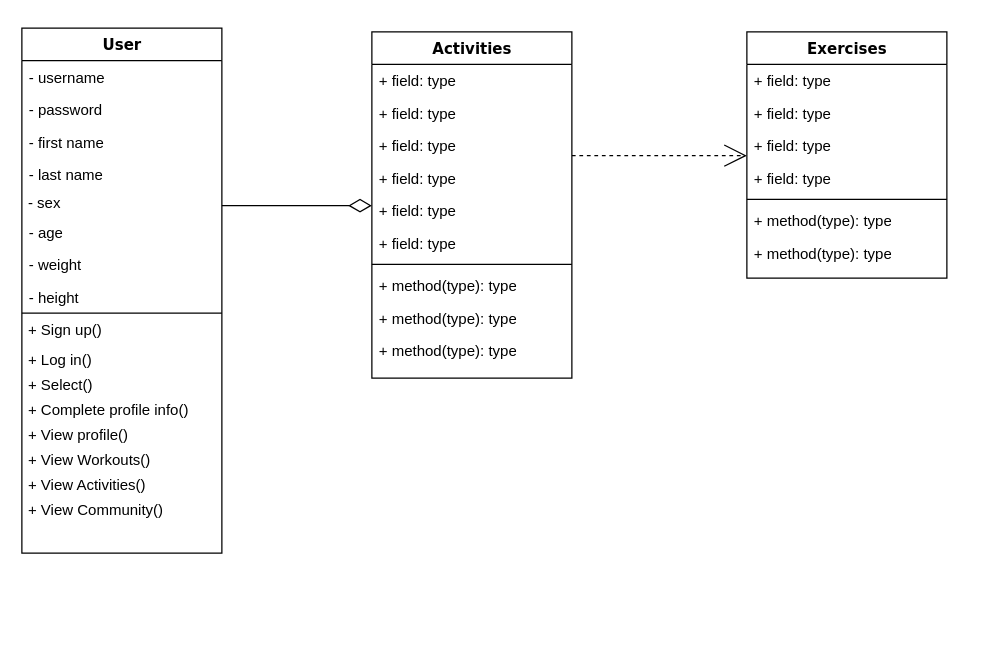
Earlier version of the draw.io diagram Docs./ClassDiagram.drawio (ShadiMe-flutter/Workout). Source tidied: cells renumbered, new cells numbered last; positions are measured from the earlier drawing's top-left corner, leaving out a move shared by most shapes. Both pictures are drawn from the tidied source at 125%, with x=0, y=0 at pixel (21, 28).
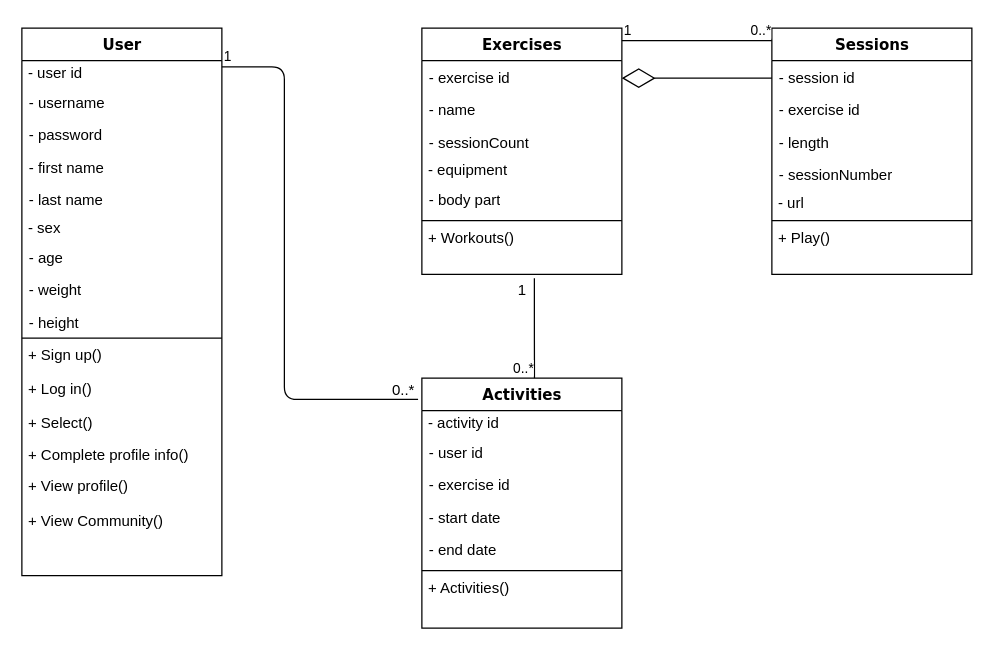
The same diagram, later.

Diff of the diagram source:
```diff
@@
     <mxCell id="2" value="User" style="swimlane;html=1;fontStyle=1;align=center;verticalAlign=top;horizontal=1;startSize=26;swimlaneFillColor=#ffffff;rounded=0;shadow=0;comic=0;labelBackgroundColor=none;strokeWidth=1;fillColor=none;fontFamily=Verdana;fontSize=12;" parent="1" vertex="1">
-      <mxGeometry width="160" height="420" as="geometry" />
+      <mxGeometry width="160" height="438" as="geometry" />
     </mxCell>
+    <mxCell id="41" value="&amp;nbsp;- user id" style="text;html=1;strokeColor=none;fillColor=none;align=left;verticalAlign=middle;whiteSpace=wrap;rounded=0;" parent="2" vertex="1">
+      <mxGeometry y="26" width="160" height="20" as="geometry" />
+    </mxCell>
     <mxCell id="3" value="- username" style="text;html=1;strokeColor=none;fillColor=none;align=left;verticalAlign=top;spacingLeft=4;spacingRight=4;whiteSpace=wrap;overflow=hidden;" parent="2" vertex="1">
-      <mxGeometry y="26" width="160" height="26" as="geometry" />
+      <mxGeometry y="46" width="160" height="26" as="geometry" />
     </mxCell>
     <mxCell id="4" value="- password" style="text;html=1;strokeColor=none;fillColor=none;align=left;verticalAlign=top;spacingLeft=4;spacingRight=4;whiteSpace=wrap;overflow=hidden;" parent="2" vertex="1">
-      <mxGeometry y="52" width="160" height="26" as="geometry" />
+      <mxGeometry y="72" width="160" height="26" as="geometry" />
     </mxCell>
     <mxCell id="5" value="- first name" style="text;html=1;strokeColor=none;fillColor=none;align=left;verticalAlign=top;spacingLeft=4;spacingRight=4;whiteSpace=wrap;overflow=hidden;" parent="2" vertex="1">
-      <mxGeometry y="78" width="160" height="26" as="geometry" />
+      <mxGeometry y="98" width="160" height="26" as="geometry" />
     </mxCell>
     <mxCell id="6" value="- last name" style="text;html=1;strokeColor=none;fillColor=none;align=left;verticalAlign=top;spacingLeft=4;spacingRight=4;whiteSpace=wrap;overflow=hidden;" parent="2" vertex="1">
-      <mxGeometry y="104" width="160" height="26" as="geometry" />
+      <mxGeometry y="124" width="160" height="26" as="geometry" />
     </mxCell>
     <mxCell id="7" value="&amp;nbsp;- sex" style="text;html=1;strokeColor=none;fillColor=none;align=left;verticalAlign=middle;whiteSpace=wrap;rounded=0;" parent="2" vertex="1">
-      <mxGeometry y="130" width="160" height="20" as="geometry" />
+      <mxGeometry y="150" width="160" height="20" as="geometry" />
     </mxCell>
     <mxCell id="8" value="- age&lt;br&gt;&lt;br&gt;&lt;br&gt;" style="text;html=1;strokeColor=none;fillColor=none;align=left;verticalAlign=top;spacingLeft=4;spacingRight=4;whiteSpace=wrap;overflow=hidden;" parent="2" vertex="1">
-      <mxGeometry y="150" width="160" height="26" as="geometry" />
+      <mxGeometry y="170" width="160" height="26" as="geometry" />
     </mxCell>
     <mxCell id="9" value="- weight" style="text;html=1;strokeColor=none;fillColor=none;align=left;verticalAlign=top;spacingLeft=4;spacingRight=4;whiteSpace=wrap;overflow=hidden;" parent="2" vertex="1">
-      <mxGeometry y="176" width="160" height="26" as="geometry" />
+      <mxGeometry y="196" width="160" height="26" as="geometry" />
     </mxCell>
     <mxCell id="10" value="- height" style="text;html=1;strokeColor=none;fillColor=none;align=left;verticalAlign=top;spacingLeft=4;spacingRight=4;whiteSpace=wrap;overflow=hidden;" parent="2" vertex="1">
-      <mxGeometry y="202" width="160" height="26" as="geometry" />
+      <mxGeometry y="222" width="160" height="26" as="geometry" />
     </mxCell>
     <mxCell id="11" value="&amp;nbsp;+ Sign up()" style="text;html=1;strokeColor=none;fillColor=none;align=left;verticalAlign=middle;whiteSpace=wrap;rounded=0;" parent="2" vertex="1">
-      <mxGeometry y="228" width="160" height="28" as="geometry" />
+      <mxGeometry y="248" width="160" height="28" as="geometry" />
     </mxCell>
     <mxCell id="12" value="&amp;nbsp;+ Log in()" style="text;html=1;strokeColor=none;fillColor=none;align=left;verticalAlign=middle;whiteSpace=wrap;rounded=0;" parent="2" vertex="1">
-      <mxGeometry y="256" width="160" height="20" as="geometry" />
+      <mxGeometry y="276" width="160" height="26" as="geometry" />
     </mxCell>
     <mxCell id="13" value="&amp;nbsp;+ Select()" style="text;html=1;strokeColor=none;fillColor=none;align=left;verticalAlign=middle;whiteSpace=wrap;rounded=0;" parent="2" vertex="1">
-      <mxGeometry y="276" width="160" height="20" as="geometry" />
+      <mxGeometry y="302" width="160" height="28" as="geometry" />
     </mxCell>
     <mxCell id="14" value="&amp;nbsp;+ Complete profile info()" style="text;html=1;strokeColor=none;fillColor=none;align=left;verticalAlign=middle;whiteSpace=wrap;rounded=0;" parent="2" vertex="1">
-      <mxGeometry y="296" width="160" height="20" as="geometry" />
+      <mxGeometry y="330" width="160" height="24" as="geometry" />
     </mxCell>
+    <mxCell id="16" style="endArrow=none;html=1;exitX=0;exitY=0;exitDx=0;exitDy=0;entryX=1;entryY=0;entryDx=0;entryDy=0;" parent="2" edge="1" source="11" target="11">
+      <mxGeometry relative="1" as="geometry" />
+    </mxCell>
     <mxCell id="15" value="&amp;nbsp;+ View profile()" style="text;html=1;strokeColor=none;fillColor=none;align=left;verticalAlign=middle;whiteSpace=wrap;rounded=0;" parent="2" vertex="1">
-      <mxGeometry y="316" width="160" height="20" as="geometry" />
+      <mxGeometry y="354" width="160" height="26" as="geometry" />
     </mxCell>
-    <mxCell id="16" style="endArrow=none;html=1;exitX=0;exitY=0;exitDx=0;exitDy=0;entryX=1;entryY=0;entryDx=0;entryDy=0;" parent="2" edge="1" source="11" target="11">
-      <mxGeometry relative="1" as="geometry" />
-    </mxCell>
-    <mxCell id="17" value="&amp;nbsp;+ View Workouts()" style="text;html=1;strokeColor=none;fillColor=none;align=left;verticalAlign=middle;whiteSpace=wrap;rounded=0;" parent="2" vertex="1">
-      <mxGeometry y="336" width="160" height="20" as="geometry" />
-    </mxCell>
-    <mxCell id="18" value="&amp;nbsp;+ View Activities()" style="text;html=1;strokeColor=none;fillColor=none;align=left;verticalAlign=middle;whiteSpace=wrap;rounded=0;" parent="2" vertex="1">
-      <mxGeometry y="356" width="160" height="20" as="geometry" />
-    </mxCell>
     <mxCell id="19" value="&amp;nbsp;+ View Community()" style="text;html=1;strokeColor=none;fillColor=none;align=left;verticalAlign=middle;whiteSpace=wrap;rounded=0;" parent="2" vertex="1">
-      <mxGeometry y="376" width="160" height="20" as="geometry" />
+      <mxGeometry y="380" width="160" height="30" as="geometry" />
     </mxCell>
-    <mxCell id="20" style="edgeStyle=elbowEdgeStyle;html=1;labelBackgroundColor=none;startFill=0;startSize=8;endArrow=open;endFill=0;endSize=16;fontFamily=Verdana;fontSize=12;elbow=vertical;dashed=1;" parent="1" edge="1" source="21" target="32">
-      <mxGeometry relative="1" as="geometry" />
-    </mxCell>
     <mxCell id="21" value="Activities" style="swimlane;html=1;fontStyle=1;align=center;verticalAlign=top;horizontal=1;startSize=26;swimlaneFillColor=#ffffff;rounded=0;shadow=0;comic=0;labelBackgroundColor=none;strokeWidth=1;fillColor=none;fontFamily=Verdana;fontSize=12;" parent="1" vertex="1">
-      <mxGeometry x="280" y="3" width="160" height="277" as="geometry" />
+      <mxGeometry x="320" y="280" width="160" height="200" as="geometry" />
     </mxCell>
+    <mxCell id="42" value="&amp;nbsp;- activity id" style="text;html=1;align=left;verticalAlign=middle;" parent="21" vertex="1">
+      <mxGeometry y="26" width="160" height="20" as="geometry" />
+    </mxCell>
+    <mxCell id="25" value="- user id" style="text;html=1;strokeColor=none;fillColor=none;align=left;verticalAlign=top;spacingLeft=4;spacingRight=4;whiteSpace=wrap;overflow=hidden;" parent="21" vertex="1">
+      <mxGeometry y="46" width="160" height="26" as="geometry" />
+    </mxCell>
+    <mxCell id="24" value="- exercise id" style="text;html=1;strokeColor=none;fillColor=none;align=left;verticalAlign=top;spacingLeft=4;spacingRight=4;whiteSpace=wrap;overflow=hidden;" parent="21" vertex="1">
+      <mxGeometry y="72" width="160" height="26" as="geometry" />
+    </mxCell>
-    <mxCell id="22" value="+ field: type" style="text;html=1;strokeColor=none;fillColor=none;align=left;verticalAlign=top;spacingLeft=4;spacingRight=4;whiteSpace=wrap;overflow=hidden;" parent="21" vertex="1">
-      <mxGeometry y="26" width="160" height="26" as="geometry" />
+    <mxCell id="22" value="- start date" style="text;html=1;strokeColor=none;fillColor=none;align=left;verticalAlign=top;spacingLeft=4;spacingRight=4;whiteSpace=wrap;overflow=hidden;" parent="21" vertex="1">
+      <mxGeometry y="98" width="160" height="26" as="geometry" />
     </mxCell>
-    <mxCell id="23" value="+ field: type" style="text;html=1;strokeColor=none;fillColor=none;align=left;verticalAlign=top;spacingLeft=4;spacingRight=4;whiteSpace=wrap;overflow=hidden;" parent="21" vertex="1">
-      <mxGeometry y="52" width="160" height="26" as="geometry" />
+    <mxCell id="23" value="- end date" style="text;html=1;strokeColor=none;fillColor=none;align=left;verticalAlign=top;spacingLeft=4;spacingRight=4;whiteSpace=wrap;overflow=hidden;" parent="21" vertex="1">
+      <mxGeometry y="124" width="160" height="26" as="geometry" />
     </mxCell>
-    <mxCell id="24" value="+ field: type" style="text;html=1;strokeColor=none;fillColor=none;align=left;verticalAlign=top;spacingLeft=4;spacingRight=4;whiteSpace=wrap;overflow=hidden;" parent="21" vertex="1">
-      <mxGeometry y="78" width="160" height="26" as="geometry" />
-    </mxCell>
-    <mxCell id="25" value="+ field: type" style="text;html=1;strokeColor=none;fillColor=none;align=left;verticalAlign=top;spacingLeft=4;spacingRight=4;whiteSpace=wrap;overflow=hidden;" parent="21" vertex="1">
-      <mxGeometry y="104" width="160" height="26" as="geometry" />
-    </mxCell>
-    <mxCell id="26" value="+ field: type" style="text;html=1;strokeColor=none;fillColor=none;align=left;verticalAlign=top;spacingLeft=4;spacingRight=4;whiteSpace=wrap;overflow=hidden;" parent="21" vertex="1">
-      <mxGeometry y="130" width="160" height="26" as="geometry" />
-    </mxCell>
-    <mxCell id="27" value="+ field: type" style="text;html=1;strokeColor=none;fillColor=none;align=left;verticalAlign=top;spacingLeft=4;spacingRight=4;whiteSpace=wrap;overflow=hidden;" parent="21" vertex="1">
-      <mxGeometry y="156" width="160" height="26" as="geometry" />
-    </mxCell>
     <mxCell id="28" style="line;html=1;strokeWidth=1;fillColor=none;align=left;verticalAlign=middle;spacingTop=-1;spacingLeft=3;spacingRight=3;labelPosition=right;" parent="21" vertex="1">
-      <mxGeometry y="182" width="160" height="8" as="geometry" />
+      <mxGeometry y="150" width="160" height="8" as="geometry" />
     </mxCell>
-    <mxCell id="29" value="+ method(type): type" style="text;html=1;strokeColor=none;fillColor=none;align=left;verticalAlign=top;spacingLeft=4;spacingRight=4;whiteSpace=wrap;overflow=hidden;" parent="21" vertex="1">
-      <mxGeometry y="190" width="160" height="26" as="geometry" />
-    </mxCell>
-    <mxCell id="30" value="+ method(type): type" style="text;html=1;strokeColor=none;fillColor=none;align=left;verticalAlign=top;spacingLeft=4;spacingRight=4;whiteSpace=wrap;overflow=hidden;" parent="21" vertex="1">
-      <mxGeometry y="216" width="160" height="26" as="geometry" />
-    </mxCell>
-    <mxCell id="31" value="+ method(type): type" style="text;html=1;strokeColor=none;fillColor=none;align=left;verticalAlign=top;spacingLeft=4;spacingRight=4;whiteSpace=wrap;overflow=hidden;" parent="21" vertex="1">
-      <mxGeometry y="242" width="160" height="26" as="geometry" />
-    </mxCell>
+    <mxCell id="43" value="&amp;nbsp;+ Activities()" style="text;html=1;strokeColor=none;fillColor=none;align=left;verticalAlign=middle;whiteSpace=wrap;rounded=0;" parent="21" vertex="1">
+      <mxGeometry y="158" width="160" height="20" as="geometry" />
+    </mxCell>
     <mxCell id="32" value="Exercises" style="swimlane;html=1;fontStyle=1;align=center;verticalAlign=top;horizontal=1;startSize=26;swimlaneFillColor=#ffffff;rounded=0;shadow=0;comic=0;labelBackgroundColor=none;strokeWidth=1;fillColor=none;fontFamily=Verdana;fontSize=12;" parent="1" vertex="1">
-      <mxGeometry x="580" y="3" width="160" height="197" as="geometry" />
+      <mxGeometry x="320" width="160" height="197" as="geometry" />
     </mxCell>
-    <mxCell id="33" value="+ field: type" style="text;html=1;strokeColor=none;fillColor=none;align=left;verticalAlign=top;spacingLeft=4;spacingRight=4;whiteSpace=wrap;overflow=hidden;" parent="32" vertex="1">
+    <mxCell id="33" value="- exercise id" style="text;html=1;strokeColor=none;fillColor=none;align=left;verticalAlign=top;spacingLeft=4;spacingRight=4;whiteSpace=wrap;overflow=hidden;" parent="32" vertex="1">
       <mxGeometry y="26" width="160" height="26" as="geometry" />
     </mxCell>
+    <mxCell id="36" value="- name" style="text;html=1;strokeColor=none;fillColor=none;align=left;verticalAlign=top;spacingLeft=4;spacingRight=4;whiteSpace=wrap;overflow=hidden;" parent="32" vertex="1">
+      <mxGeometry y="52" width="160" height="26" as="geometry" />
+    </mxCell>
-    <mxCell id="34" value="+ field: type" style="text;html=1;strokeColor=none;fillColor=none;align=left;verticalAlign=top;spacingLeft=4;spacingRight=4;whiteSpace=wrap;overflow=hidden;" parent="32" vertex="1">
-      <mxGeometry y="52" width="160" height="26" as="geometry" />
+    <mxCell id="34" value="- sessionCount" style="text;html=1;strokeColor=none;fillColor=none;align=left;verticalAlign=top;spacingLeft=4;spacingRight=4;whiteSpace=wrap;overflow=hidden;" parent="32" vertex="1">
+      <mxGeometry y="78" width="160" height="26" as="geometry" />
     </mxCell>
+    <mxCell id="44" value="&amp;nbsp;- equipment" style="text;html=1;strokeColor=none;fillColor=none;align=left;verticalAlign=middle;whiteSpace=wrap;rounded=0;" parent="32" vertex="1">
+      <mxGeometry y="104" width="160" height="20" as="geometry" />
+    </mxCell>
-    <mxCell id="35" value="+ field: type" style="text;html=1;strokeColor=none;fillColor=none;align=left;verticalAlign=top;spacingLeft=4;spacingRight=4;whiteSpace=wrap;overflow=hidden;" parent="32" vertex="1">
-      <mxGeometry y="78" width="160" height="26" as="geometry" />
+    <mxCell id="35" value="- body part" style="text;html=1;strokeColor=none;fillColor=none;align=left;verticalAlign=top;spacingLeft=4;spacingRight=4;whiteSpace=wrap;overflow=hidden;" parent="32" vertex="1">
+      <mxGeometry y="124" width="160" height="26" as="geometry" />
     </mxCell>
-    <mxCell id="36" value="+ field: type" style="text;html=1;strokeColor=none;fillColor=none;align=left;verticalAlign=top;spacingLeft=4;spacingRight=4;whiteSpace=wrap;overflow=hidden;" parent="32" vertex="1">
-      <mxGeometry y="104" width="160" height="26" as="geometry" />
-    </mxCell>
     <mxCell id="37" style="line;html=1;strokeWidth=1;fillColor=none;align=left;verticalAlign=middle;spacingTop=-1;spacingLeft=3;spacingRight=3;labelPosition=right;" parent="32" vertex="1">
-      <mxGeometry y="130" width="160" height="8" as="geometry" />
+      <mxGeometry y="150" width="160" height="8" as="geometry" />
     </mxCell>
-    <mxCell id="38" value="+ method(type): type" style="text;html=1;strokeColor=none;fillColor=none;align=left;verticalAlign=top;spacingLeft=4;spacingRight=4;whiteSpace=wrap;overflow=hidden;" parent="32" vertex="1">
-      <mxGeometry y="138" width="160" height="26" as="geometry" />
-    </mxCell>
-    <mxCell id="39" value="+ method(type): type" style="text;html=1;strokeColor=none;fillColor=none;align=left;verticalAlign=top;spacingLeft=4;spacingRight=4;whiteSpace=wrap;overflow=hidden;" parent="32" vertex="1">
-      <mxGeometry y="164" width="160" height="26" as="geometry" />
-    </mxCell>
-    <mxCell id="40" style="edgeStyle=elbowEdgeStyle;html=1;labelBackgroundColor=none;startFill=0;startSize=8;endArrow=diamondThin;endFill=0;endSize=16;fontFamily=Verdana;fontSize=12;elbow=vertical;" parent="1" edge="1" source="2" target="21">
-      <mxGeometry relative="1" as="geometry" />
-    </mxCell>
+    <mxCell id="45" value="&amp;nbsp;+ Workouts()" style="text;html=1;strokeColor=none;fillColor=none;align=left;verticalAlign=middle;whiteSpace=wrap;rounded=0;" parent="32" vertex="1">
+      <mxGeometry y="158" width="160" height="20" as="geometry" />
+    </mxCell>
+    <mxCell id="46" value="Sessions" style="swimlane;html=1;fontStyle=1;align=center;verticalAlign=top;horizontal=1;startSize=26;swimlaneFillColor=#ffffff;rounded=0;shadow=0;comic=0;labelBackgroundColor=none;strokeWidth=1;fillColor=none;fontFamily=Verdana;fontSize=12;" parent="1" vertex="1">
+      <mxGeometry x="600" width="160" height="197" as="geometry" />
+    </mxCell>
+    <mxCell id="47" value="- session id" style="text;html=1;strokeColor=none;fillColor=none;align=left;verticalAlign=top;spacingLeft=4;spacingRight=4;whiteSpace=wrap;overflow=hidden;" parent="46" vertex="1">
+      <mxGeometry y="26" width="160" height="26" as="geometry" />
+    </mxCell>
+    <mxCell id="48" value="- exercise id" style="text;html=1;strokeColor=none;fillColor=none;align=left;verticalAlign=top;spacingLeft=4;spacingRight=4;whiteSpace=wrap;overflow=hidden;" parent="46" vertex="1">
+      <mxGeometry y="52" width="160" height="26" as="geometry" />
+    </mxCell>
+    <mxCell id="49" value="- length" style="text;html=1;strokeColor=none;fillColor=none;align=left;verticalAlign=top;spacingLeft=4;spacingRight=4;whiteSpace=wrap;overflow=hidden;" parent="46" vertex="1">
+      <mxGeometry y="78" width="160" height="26" as="geometry" />
+    </mxCell>
+    <mxCell id="50" value="- sessionNumber" style="text;html=1;strokeColor=none;fillColor=none;align=left;verticalAlign=top;spacingLeft=4;spacingRight=4;whiteSpace=wrap;overflow=hidden;" parent="46" vertex="1">
+      <mxGeometry y="104" width="160" height="26" as="geometry" />
+    </mxCell>
+    <mxCell id="51" value="&amp;nbsp;- url" style="text;html=1;strokeColor=none;fillColor=none;align=left;verticalAlign=middle;whiteSpace=wrap;rounded=0;" parent="46" vertex="1">
+      <mxGeometry y="130" width="160" height="20" as="geometry" />
+    </mxCell>
+    <mxCell id="52" style="line;html=1;strokeWidth=1;fillColor=none;align=left;verticalAlign=middle;spacingTop=-1;spacingLeft=3;spacingRight=3;labelPosition=right;" parent="46" vertex="1">
+      <mxGeometry y="150" width="160" height="8" as="geometry" />
+    </mxCell>
+    <mxCell id="53" value="&amp;nbsp;+ Play()" style="text;html=1;strokeColor=none;fillColor=none;align=left;verticalAlign=middle;whiteSpace=wrap;rounded=0;" parent="46" vertex="1">
+      <mxGeometry y="158" width="160" height="20" as="geometry" />
+    </mxCell>
+    <mxCell id="54" style="endArrow=none;html=1;edgeStyle=orthogonalEdgeStyle;" parent="1" edge="1">
+      <mxGeometry relative="1" as="geometry">
+        <mxPoint x="480" y="10" as="sourcePoint" />
+        <mxPoint x="600" y="10" as="targetPoint" />
+      </mxGeometry>
+    </mxCell>
+    <mxCell id="55" value="1" style="edgeLabel;html=1;align=left;verticalAlign=bottom;" parent="54" vertex="1">
+      <mxGeometry x="-1" relative="1" as="geometry" />
+    </mxCell>
+    <mxCell id="56" value="0..*" style="edgeLabel;html=1;align=right;verticalAlign=bottom;" parent="54" vertex="1">
+      <mxGeometry x="1" relative="1" as="geometry" />
+    </mxCell>
+    <mxCell id="57" style="endArrow=none;html=1;edgeStyle=orthogonalEdgeStyle;exitX=1;exitY=0.25;exitDx=0;exitDy=0;entryX=-0.019;entryY=0.085;entryDx=0;entryDy=0;entryPerimeter=0;" parent="1" edge="1" source="41" target="21">
+      <mxGeometry relative="1" as="geometry">
+        <Array as="points">
+          <mxPoint x="210" y="31" />
+          <mxPoint x="210" y="297" />
+        </Array>
+      </mxGeometry>
+    </mxCell>
+    <mxCell id="58" value="1" style="edgeLabel;html=1;align=left;verticalAlign=bottom;" parent="57" vertex="1">
+      <mxGeometry x="-1" relative="1" as="geometry" />
+    </mxCell>
+    <mxCell id="59" style="endArrow=diamondThin;endFill=0;endSize=24;html=1;" parent="1" edge="1">
+      <mxGeometry relative="1" as="geometry">
+        <mxPoint x="600" y="40" as="sourcePoint" />
+        <mxPoint x="480" y="40" as="targetPoint" />
+      </mxGeometry>
+    </mxCell>
+    <mxCell id="60" style="endArrow=none;html=1;edgeStyle=orthogonalEdgeStyle;entryX=0.563;entryY=0;entryDx=0;entryDy=0;entryPerimeter=0;" parent="1" edge="1" target="21">
+      <mxGeometry relative="1" as="geometry">
+        <mxPoint x="410" y="200" as="sourcePoint" />
+        <Array as="points">
+          <mxPoint x="410" y="240" />
+          <mxPoint x="410" y="240" />
+        </Array>
+      </mxGeometry>
+    </mxCell>
+    <mxCell id="61" value="0..*" style="edgeLabel;html=1;align=right;verticalAlign=bottom;" parent="60" vertex="1">
+      <mxGeometry x="1" relative="1" as="geometry" />
+    </mxCell>
+    <mxCell id="62" value="1" style="text;html=1;align=center;verticalAlign=middle;" parent="1" vertex="1">
+      <mxGeometry x="390" y="200" width="20" height="20" as="geometry" />
+    </mxCell>
+    <mxCell id="63" value="0..*" style="text;html=1;align=center;verticalAlign=middle;" parent="1" vertex="1">
+      <mxGeometry x="290" y="280" width="30" height="20" as="geometry" />
+    </mxCell>
```
